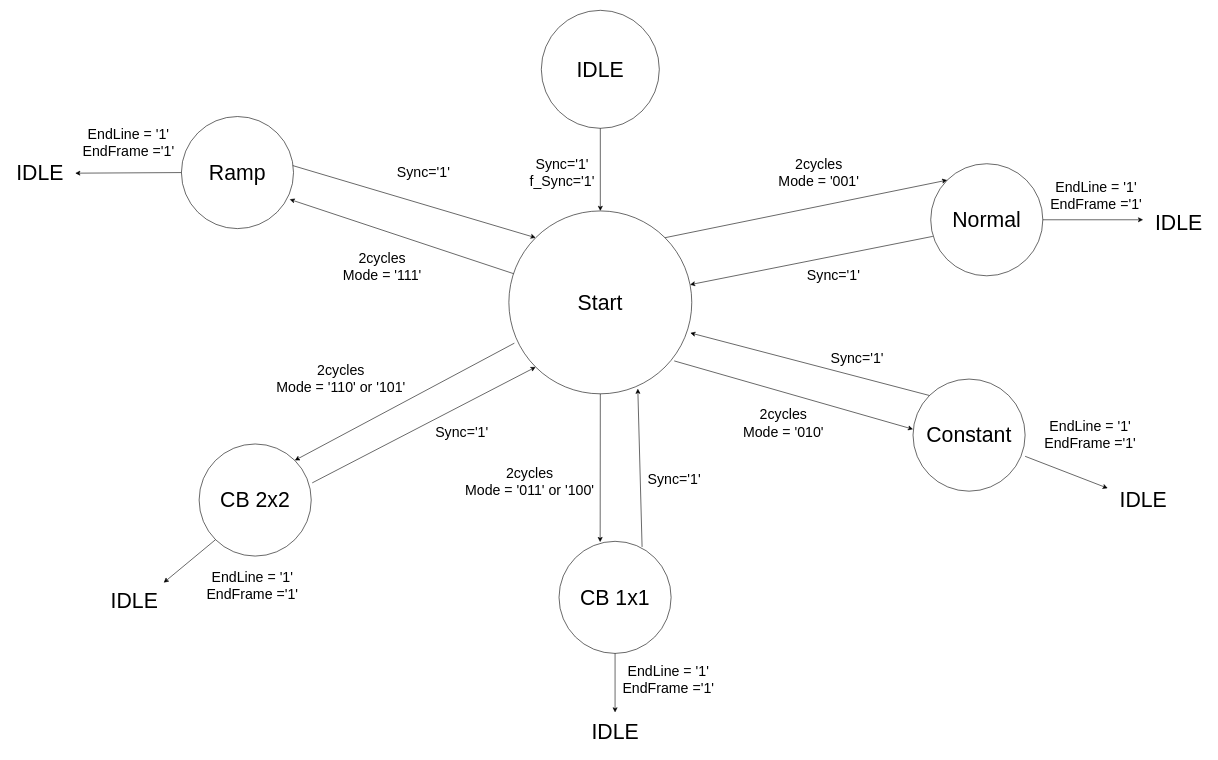
Above: Diagrams/State_Machine.drawio in sabarioded/Patterns_Project (draw.io), before the change. Source tidied: cells renumbered, new cells numbered last; positions are measured from the earlier drawing's top-left corner, leaving out a move shared by most shapes. Both pictures are drawn from the tidied source at 59%, with x=0, y=0 at pixel (10, 10).
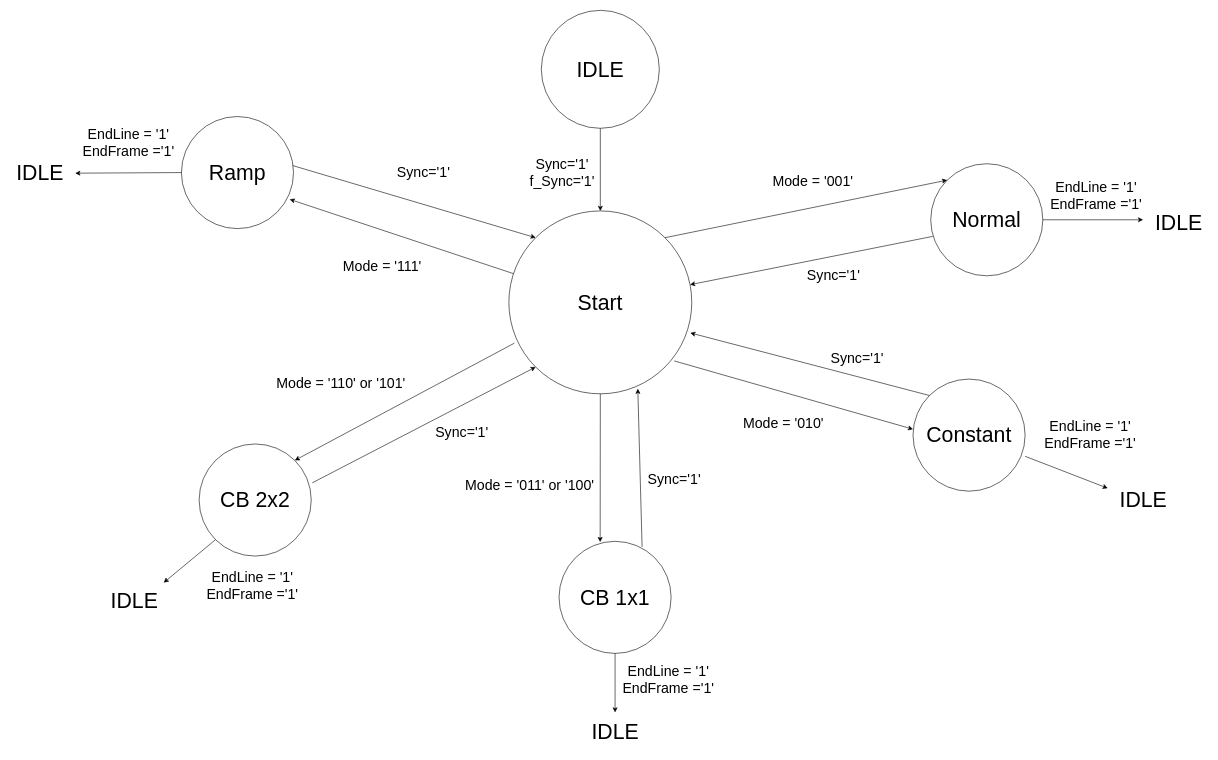
The same page after the edit.

What changed in the source:
```diff
@@
-    <mxCell id="22" value="&lt;font style=&quot;font-size: 24px;&quot;&gt;2cycles&lt;/font&gt;&lt;div&gt;&lt;span style=&quot;font-size: 24px;&quot;&gt;Mode = '111'&lt;/span&gt;&lt;/div&gt;" style="text;html=1;align=center;verticalAlign=middle;strokeColor=none;fillColor=none;rotation=0;" parent="1" vertex="1">
-      <mxGeometry x="550" y="400" width="160" height="70" as="geometry" />
+    <mxCell id="22" value="&lt;div&gt;&lt;span style=&quot;font-size: 24px;&quot;&gt;Mode = '111'&lt;/span&gt;&lt;/div&gt;" style="text;html=1;align=center;verticalAlign=middle;strokeColor=none;fillColor=none;rotation=0;" parent="1" vertex="1">
+      <mxGeometry x="550" y="415" width="160" height="40" as="geometry" />
     </mxCell>
@@
-    <mxCell id="24" value="&lt;font style=&quot;font-size: 24px;&quot;&gt;2cycles&lt;/font&gt;&lt;div&gt;&lt;span style=&quot;font-size: 24px;&quot;&gt;Mode = '110' or '101'&lt;/span&gt;&lt;/div&gt;" style="text;html=1;align=center;verticalAlign=middle;strokeColor=none;fillColor=none;rotation=0;" parent="1" vertex="1">
-      <mxGeometry x="440" y="590" width="240" height="70" as="geometry" />
+    <mxCell id="24" value="&lt;br&gt;&lt;div&gt;&lt;span style=&quot;font-size: 24px;&quot;&gt;Mode = '110' or '101'&lt;/span&gt;&lt;/div&gt;" style="text;html=1;align=center;verticalAlign=middle;strokeColor=none;fillColor=none;rotation=0;" parent="1" vertex="1">
+      <mxGeometry x="440" y="595" width="240" height="60" as="geometry" />
     </mxCell>
-    <mxCell id="25" value="&lt;font style=&quot;font-size: 24px;&quot;&gt;2cycles&lt;/font&gt;&lt;div&gt;&lt;span style=&quot;font-size: 24px;&quot;&gt;Mode = '011' or '100'&lt;/span&gt;&lt;/div&gt;" style="text;html=1;align=center;verticalAlign=middle;strokeColor=none;fillColor=none;rotation=0;" parent="1" vertex="1">
-      <mxGeometry x="760" y="764" width="240" height="70" as="geometry" />
+    <mxCell id="25" value="&lt;br&gt;&lt;div&gt;&lt;span style=&quot;font-size: 24px;&quot;&gt;Mode = '011' or '100'&lt;/span&gt;&lt;/div&gt;" style="text;html=1;align=center;verticalAlign=middle;strokeColor=none;fillColor=none;rotation=0;" parent="1" vertex="1">
+      <mxGeometry x="760" y="769" width="240" height="60" as="geometry" />
     </mxCell>
@@
-    <mxCell id="28" value="&lt;font style=&quot;font-size: 24px;&quot;&gt;2cycles&lt;/font&gt;&lt;div&gt;&lt;span style=&quot;font-size: 24px;&quot;&gt;Mode = '010'&lt;/span&gt;&lt;/div&gt;" style="text;html=1;align=center;verticalAlign=middle;strokeColor=none;fillColor=none;rotation=0;" parent="1" vertex="1">
-      <mxGeometry x="1230" y="665" width="160" height="70" as="geometry" />
+    <mxCell id="28" value="&lt;div&gt;&lt;span style=&quot;font-size: 24px;&quot;&gt;Mode = '010'&lt;/span&gt;&lt;/div&gt;" style="text;html=1;align=center;verticalAlign=middle;strokeColor=none;fillColor=none;rotation=0;" parent="1" vertex="1">
+      <mxGeometry x="1230" y="680" width="160" height="40" as="geometry" />
     </mxCell>
-    <mxCell id="29" value="&lt;font style=&quot;font-size: 24px;&quot;&gt;2cycles&lt;/font&gt;&lt;div&gt;&lt;span style=&quot;font-size: 24px;&quot;&gt;Mode = '001'&lt;/span&gt;&lt;/div&gt;" style="text;html=1;align=center;verticalAlign=middle;strokeColor=none;fillColor=none;rotation=0;" parent="1" vertex="1">
-      <mxGeometry x="1290" y="240" width="160" height="70" as="geometry" />
+    <mxCell id="29" value="&lt;div&gt;&lt;span style=&quot;font-size: 24px;&quot;&gt;Mode = '001'&lt;/span&gt;&lt;/div&gt;" style="text;html=1;align=center;verticalAlign=middle;strokeColor=none;fillColor=none;rotation=0;" parent="1" vertex="1">
+      <mxGeometry x="1280" y="270" width="160" height="40" as="geometry" />
     </mxCell>
```
